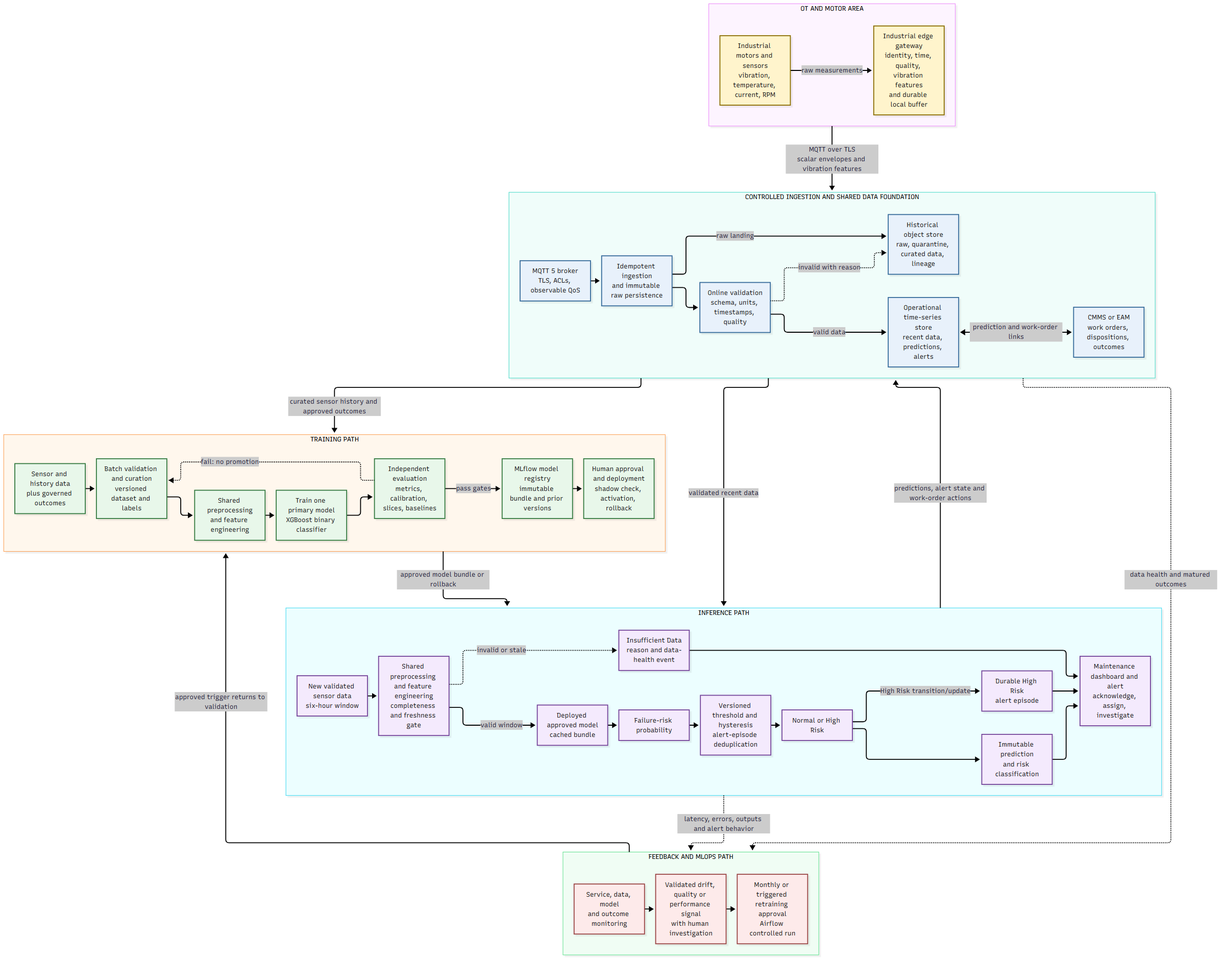
Before: diagrams/architecture.png, a diagram exported from Mermaid (Lucyfer7566/ddm501-assignment1). Its source is kept beside it as diagrams/architecture.mmd.
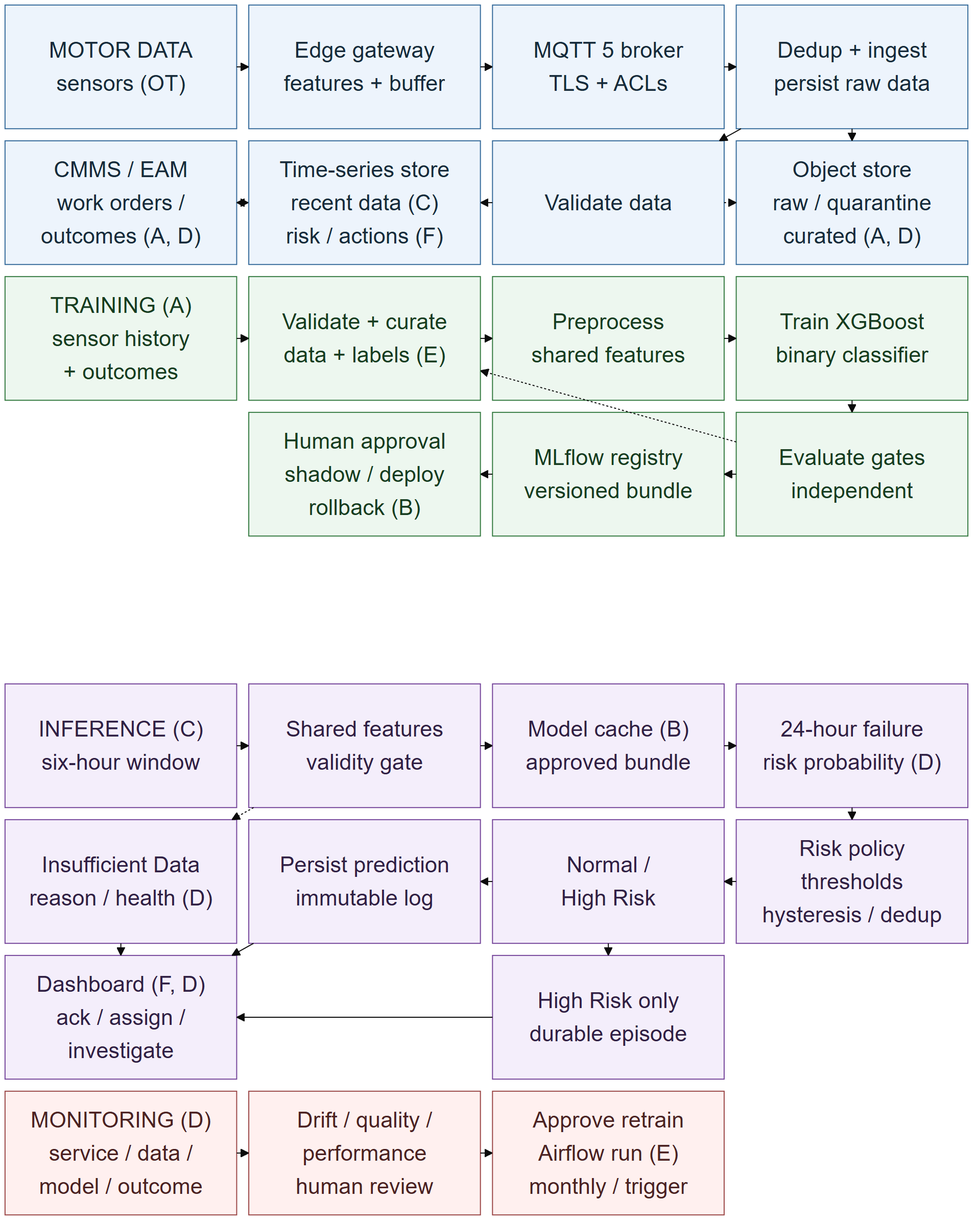
After the change.

Diff of the diagram source:
```diff
@@ -1,100 +1,60 @@
-flowchart TB
-    subgraph OT["OT AND MOTOR AREA"]
-        direction LR
-        SENS["Industrial motors and sensors<br/>vibration, temperature, current, RPM"]
-        EDGE["Industrial edge gateway<br/>identity, time, quality, vibration features<br/>and durable local buffer"]
-        SENS -->|raw measurements| EDGE
-    end
+---
+config:
+  theme: base
+  look: classic
+  fontFamily: Arial
+  themeVariables:
+    fontFamily: Arial
+    fontSize: 22px
+  block:
+    padding: 12
+---
+block-beta
+    columns 4
+    SENS["MOTOR DATA<br/>sensors (OT)"] EDGE["Edge gateway<br/>features + buffer"] BROKER["MQTT 5 broker<br/>TLS + ACLs"] INGEST["Dedup + ingest<br/>persist raw data"]
+    CMMS["CMMS / EAM<br/>work orders /<br/>outcomes (A, D)"] OPS["Time-series store<br/>recent data (C)<br/>risk / actions (F)"] ONLINEVAL["Validate data"] LAKE["Object store<br/>raw / quarantine<br/>curated (A, D)"]
+    HISTORY["TRAINING (A)<br/>sensor history<br/>+ outcomes"] BATCHVAL["Validate + curate<br/>data + labels (E)"] FEATTRAIN["Preprocess<br/>shared features"] TRAINER["Train XGBoost<br/>binary classifier"]
+    space DEPLOY["Human approval<br/>shadow / deploy<br/>rollback (B)"] REGISTRY["MLflow registry<br/>versioned bundle"] EVAL["Evaluate gates<br/>independent"]
+    space:4
+    RECENT["INFERENCE (C)<br/>six-hour window"] ONLINEFEAT["Shared features<br/>validity gate"] SERVE["Model cache (B)<br/>approved bundle"] PROB["24-hour failure<br/>risk probability (D)"]
+    INSUFFICIENT["Insufficient Data<br/>reason / health (D)"] PRED["Persist prediction<br/>immutable log"] CLASS["Normal /<br/>High Risk"] POLICY["Risk policy<br/>thresholds<br/>hysteresis / dedup"]
+    DASH["Dashboard (F, D)<br/>ack / assign /<br/>investigate"] space ALERT["High Risk only<br/>durable episode"] space
+    MON["MONITORING (D)<br/>service / data /<br/>model / outcome"] SIGNAL["Drift / quality /<br/>performance<br/>human review"] RETRAIN["Approve retrain<br/>Airflow run (E)<br/>monthly / trigger"] space
 
-    subgraph DATA["CONTROLLED INGESTION AND SHARED DATA FOUNDATION"]
-        direction LR
-        BROKER["MQTT 5 broker<br/>TLS, ACLs, observable QoS"]
-        INGEST["Idempotent ingestion<br/>and immutable raw persistence"]
-        ONLINEVAL["Online validation<br/>schema, units, timestamps, quality"]
-        OPS["Operational time-series store<br/>recent data, predictions, alerts"]
-        LAKE["Historical object store<br/>raw, quarantine, curated data, lineage"]
-        CMMS["CMMS or EAM<br/>work orders, dispositions, outcomes"]
+    SENS --> EDGE
+    EDGE --> BROKER
+    BROKER --> INGEST
+    INGEST --> ONLINEVAL
+    INGEST --> LAKE
+    ONLINEVAL --> OPS
+    ONLINEVAL -.-> LAKE
+    OPS <--> CMMS
+    HISTORY --> BATCHVAL
+    BATCHVAL --> FEATTRAIN
+    FEATTRAIN --> TRAINER
+    TRAINER --> EVAL
+    EVAL -.-> BATCHVAL
+    EVAL --> REGISTRY
+    REGISTRY --> DEPLOY
+    RECENT --> ONLINEFEAT
+    ONLINEFEAT -.-> INSUFFICIENT
+    ONLINEFEAT --> SERVE
+    SERVE --> PROB
+    PROB --> POLICY
+    POLICY --> CLASS
+    CLASS --> PRED
+    CLASS --> ALERT
+    ALERT --> DASH
+    INSUFFICIENT --> DASH
+    PRED --> DASH
+    MON --> SIGNAL
+    SIGNAL --> RETRAIN
 
-        BROKER --> INGEST
-        INGEST --> ONLINEVAL
-        INGEST -->|raw landing| LAKE
-        ONLINEVAL -->|valid data| OPS
-        ONLINEVAL -.->|invalid with reason| LAKE
-        OPS <-->|prediction and work-order links| CMMS
-    end
-
-    subgraph TRAIN["TRAINING PATH"]
-        direction LR
-        HISTORY["Sensor and history data<br/>plus governed outcomes"]
-        BATCHVAL["Batch validation and curation<br/>versioned dataset and labels"]
-        FEATTRAIN["Shared preprocessing<br/>and feature engineering"]
-        TRAINER["Train one primary model<br/>XGBoost binary classifier"]
-        EVAL["Independent evaluation<br/>metrics, calibration, slices, baselines"]
-        REGISTRY["MLflow model registry<br/>immutable bundle and prior versions"]
-        DEPLOY["Human approval and deployment<br/>shadow check, activation, rollback"]
-
-        HISTORY --> BATCHVAL
-        BATCHVAL --> FEATTRAIN
-        FEATTRAIN --> TRAINER
-        TRAINER --> EVAL
-        EVAL -->|pass gates| REGISTRY
-        EVAL -.->|fail: no promotion| BATCHVAL
-        REGISTRY --> DEPLOY
-    end
-
-    subgraph INFER["INFERENCE PATH"]
-        direction LR
-        RECENT["New validated sensor data<br/>six-hour window"]
-        ONLINEFEAT["Shared preprocessing and feature engineering<br/>completeness and freshness gate"]
-        SERVE["Deployed approved model<br/>cached bundle"]
-        PROB["Failure-risk probability"]
-        POLICY["Versioned threshold and hysteresis<br/>alert-episode deduplication"]
-        CLASS["Normal or High Risk"]
-        PRED["Immutable prediction<br/>and risk classification"]
-        INSUFFICIENT["Insufficient Data<br/>reason and data-health event"]
-        ALERT["Durable High Risk<br/>alert episode"]
-        DASH["Maintenance dashboard and alert<br/>acknowledge, assign, investigate"]
-
-        RECENT --> ONLINEFEAT
-        ONLINEFEAT -->|valid window| SERVE
-        ONLINEFEAT -.->|invalid or stale| INSUFFICIENT
-        SERVE --> PROB
-        PROB --> POLICY
-        POLICY --> CLASS
-        CLASS --> PRED
-        PRED --> DASH
-        CLASS -->|High Risk transition/update| ALERT
-        ALERT --> DASH
-        INSUFFICIENT --> DASH
-    end
-
-    subgraph FEEDBACK["FEEDBACK AND MLOPS PATH"]
-        direction LR
-        MON["Service, data, model<br/>and outcome monitoring"]
-        SIGNAL["Validated drift, quality or performance signal<br/>with human investigation"]
-        RETRAIN["Monthly or triggered retraining approval<br/>Airflow controlled run"]
-
-        MON --> SIGNAL
-        SIGNAL --> RETRAIN
-    end
-
-    OT -->|MQTT over TLS<br/>scalar envelopes and vibration features| DATA
-    DATA -->|curated sensor history and approved outcomes| TRAIN
-    DATA -->|validated recent data| INFER
-    TRAIN -->|approved model bundle or rollback| INFER
-    INFER -->|predictions, alert state and work-order actions| DATA
-    DATA -.->|data health and matured outcomes| FEEDBACK
-    INFER -.->|latency, errors, outputs and alert behavior| FEEDBACK
-    FEEDBACK -->|approved trigger returns to validation| TRAIN
-
-    classDef ot fill:#fff4cc,stroke:#8a6d00,color:#1f1f1f
-    classDef data fill:#e8f1fb,stroke:#356a9a,color:#1f1f1f
-    classDef train fill:#e8f7ea,stroke:#347a40,color:#1f1f1f
-    classDef infer fill:#f4eafd,stroke:#74449a,color:#1f1f1f
-    classDef feedback fill:#fdeaea,stroke:#9a4545,color:#1f1f1f
-
-    class SENS,EDGE ot
-    class BROKER,INGEST,ONLINEVAL,OPS,LAKE,CMMS data
+    classDef data fill:#edf4fc,stroke:#356a9a,color:#172b3a
+    classDef train fill:#edf7ef,stroke:#347a40,color:#173c20
+    classDef infer fill:#f4eefb,stroke:#74449a,color:#302044
+    classDef feedback fill:#fff0ef,stroke:#9a4545,color:#4b2222
+    class SENS,EDGE,BROKER,INGEST,ONLINEVAL,OPS,LAKE,CMMS data
     class HISTORY,BATCHVAL,FEATTRAIN,TRAINER,EVAL,REGISTRY,DEPLOY train
-    class RECENT,ONLINEFEAT,SERVE,PROB,POLICY,CLASS,PRED,INSUFFICIENT,ALERT,DASH infer
+    class RECENT,ONLINEFEAT,SERVE,PROB,POLICY,CLASS,PRED,DASH,INSUFFICIENT,ALERT infer
     class MON,SIGNAL,RETRAIN feedback
```
